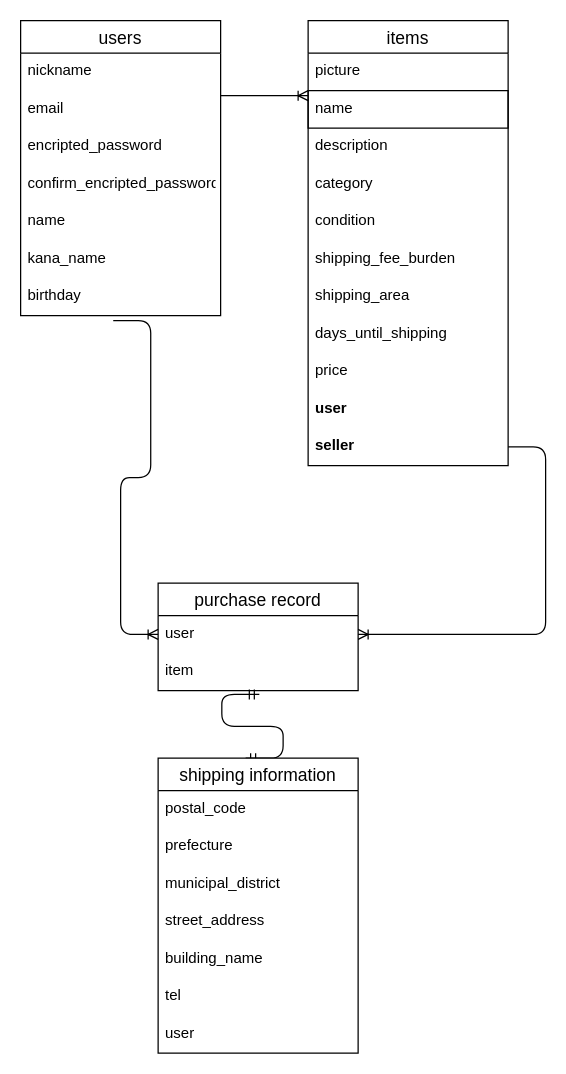
azusa-sakai/furima-39568 keeps this draw.io diagram as test.dio. Above is the earlier version. Source tidied: cells renumbered, new cells numbered last; positions are measured from the earlier drawing's top-left corner, leaving out a move shared by most shapes. Both pictures are drawn from the tidied source at 125%, with x=0, y=0 at pixel (20, 20).
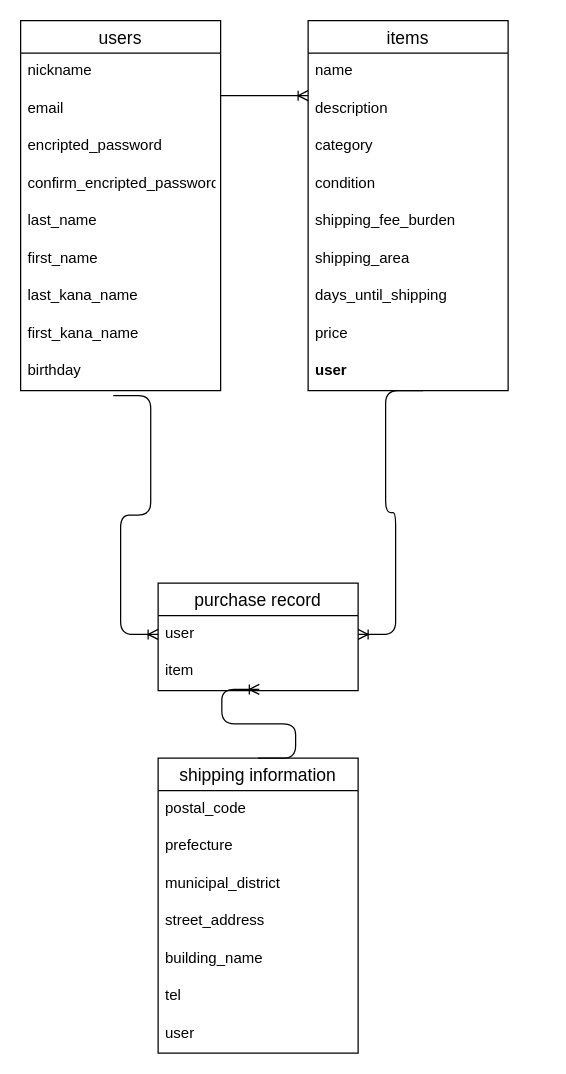
The same page after the edit.

The change refers to these unchanged cells:
```xml
<mxCell id="22" value="purchase record" style="swimlane;fontStyle=0;horizontal=1;startSize=26;align=center;fontSize=14;" parent="1" vertex="1">
  <mxGeometry x="110" y="450" width="160" height="86" as="geometry" />
</mxCell>
<mxCell id="23" value="user" style="text;strokeColor=none;fillColor=none;spacingLeft=4;spacingRight=4;overflow=hidden;points=[[0,0.5],[1,0.5]];portConstraint=eastwest;fontSize=12;" parent="22" vertex="1">
  <mxGeometry y="26" width="160" height="30" as="geometry" />
</mxCell>
<mxCell id="25" value="item" style="text;strokeColor=none;fillColor=none;spacingLeft=4;spacingRight=4;overflow=hidden;points=[[0,0.5],[1,0.5]];portConstraint=eastwest;fontSize=12;" parent="22" vertex="1">
  <mxGeometry y="56" width="160" height="30" as="geometry" />
</mxCell>
<mxCell id="26" value="shipping information" style="swimlane;fontStyle=0;horizontal=1;startSize=26;align=center;fontSize=14;" parent="1" vertex="1">
  <mxGeometry x="110" y="590" width="160" height="236" as="geometry" />
</mxCell>
```

The edit, as a diff of the source:
```diff
@@
     <mxCell id="2" value="users" style="swimlane;fontStyle=0;horizontal=1;startSize=26;align=center;fontSize=14;" parent="1" vertex="1">
-      <mxGeometry width="160" height="236" as="geometry" />
+      <mxGeometry width="160" height="296" as="geometry" />
     </mxCell>
@@
-    <mxCell id="7" value="name    " style="text;strokeColor=none;fillColor=none;spacingLeft=4;spacingRight=4;overflow=hidden;fontSize=12;" parent="2" vertex="1">
+    <mxCell id="7" value="last_name    " style="text;strokeColor=none;fillColor=none;spacingLeft=4;spacingRight=4;overflow=hidden;fontSize=12;" parent="2" vertex="1">
       <mxGeometry y="146" width="160" height="30" as="geometry" />
     </mxCell>
+    <mxCell id="37" value="first_name&#10;" style="text;strokeColor=none;fillColor=none;spacingLeft=4;spacingRight=4;overflow=hidden;fontSize=12;" parent="2" vertex="1">
+      <mxGeometry y="176" width="160" height="30" as="geometry" />
+    </mxCell>
-    <mxCell id="8" value="kana_name" style="text;strokeColor=none;fillColor=none;spacingLeft=4;spacingRight=4;overflow=hidden;fontSize=12;" parent="2" vertex="1">
-      <mxGeometry y="176" width="160" height="30" as="geometry" />
+    <mxCell id="8" value="last_kana_name" style="text;strokeColor=none;fillColor=none;spacingLeft=4;spacingRight=4;overflow=hidden;fontSize=12;" parent="2" vertex="1">
+      <mxGeometry y="206" width="160" height="30" as="geometry" />
     </mxCell>
+    <mxCell id="38" value="first_kana_name" style="text;strokeColor=none;fillColor=none;spacingLeft=4;spacingRight=4;overflow=hidden;fontSize=12;" parent="2" vertex="1">
+      <mxGeometry y="236" width="160" height="30" as="geometry" />
+    </mxCell>
     <mxCell id="9" value="birthday" style="text;strokeColor=none;fillColor=none;spacingLeft=4;spacingRight=4;overflow=hidden;points=[[0,0.5],[1,0.5]];portConstraint=eastwest;fontSize=12;" parent="2" vertex="1">
-      <mxGeometry y="206" width="160" height="30" as="geometry" />
+      <mxGeometry y="266" width="160" height="30" as="geometry" />
     </mxCell>
     <mxCell id="10" value="items" style="swimlane;fontStyle=0;horizontal=1;startSize=26;align=center;fontSize=14;" parent="1" vertex="1">
-      <mxGeometry x="230" width="160" height="356" as="geometry" />
+      <mxGeometry x="230" width="160" height="296" as="geometry" />
     </mxCell>
-    <mxCell id="11" value="picture" style="text;strokeColor=none;fillColor=none;spacingLeft=4;spacingRight=4;overflow=hidden;fontSize=12;" parent="10" vertex="1">
-      <mxGeometry y="26" width="160" height="30" as="geometry" />
-    </mxCell>
-    <mxCell id="12" value="name" style="text;strokeColor=default;fillColor=none;spacingLeft=4;spacingRight=4;overflow=hidden;fontSize=12;" parent="10" vertex="1">
-      <mxGeometry y="56" width="160" height="30" as="geometry" />
+    <mxCell id="12" value="name" style="text;strokeColor=none;fillColor=none;spacingLeft=4;spacingRight=4;overflow=hidden;fontSize=12;" parent="10" vertex="1">
+      <mxGeometry y="26" width="160" height="30" as="geometry" />
     </mxCell>
     <mxCell id="13" value="description" style="text;strokeColor=none;fillColor=none;spacingLeft=4;spacingRight=4;overflow=hidden;fontSize=12;" parent="10" vertex="1">
-      <mxGeometry y="86" width="160" height="30" as="geometry" />
+      <mxGeometry y="56" width="160" height="30" as="geometry" />
     </mxCell>
     <mxCell id="14" value="category" style="text;strokeColor=none;fillColor=none;spacingLeft=4;spacingRight=4;overflow=hidden;fontSize=12;" parent="10" vertex="1">
-      <mxGeometry y="116" width="160" height="30" as="geometry" />
+      <mxGeometry y="86" width="160" height="30" as="geometry" />
     </mxCell>
     <mxCell id="15" value="condition" style="text;strokeColor=none;fillColor=none;spacingLeft=4;spacingRight=4;overflow=hidden;fontSize=12;" parent="10" vertex="1">
-      <mxGeometry y="146" width="160" height="30" as="geometry" />
+      <mxGeometry y="116" width="160" height="30" as="geometry" />
     </mxCell>
     <mxCell id="16" value="shipping_fee_burden" style="text;strokeColor=none;fillColor=none;spacingLeft=4;spacingRight=4;overflow=hidden;fontSize=12;" parent="10" vertex="1">
-      <mxGeometry y="176" width="160" height="30" as="geometry" />
+      <mxGeometry y="146" width="160" height="30" as="geometry" />
     </mxCell>
     <mxCell id="17" value="shipping_area" style="text;strokeColor=none;fillColor=none;spacingLeft=4;spacingRight=4;overflow=hidden;fontSize=12;" parent="10" vertex="1">
-      <mxGeometry y="206" width="160" height="30" as="geometry" />
+      <mxGeometry y="176" width="160" height="30" as="geometry" />
     </mxCell>
     <mxCell id="18" value="days_until_shipping" style="text;strokeColor=none;fillColor=none;spacingLeft=4;spacingRight=4;overflow=hidden;fontSize=12;" parent="10" vertex="1">
-      <mxGeometry y="236" width="160" height="30" as="geometry" />
+      <mxGeometry y="206" width="160" height="30" as="geometry" />
     </mxCell>
     <mxCell id="19" value="price&#10;" style="text;strokeColor=none;fillColor=none;spacingLeft=4;spacingRight=4;overflow=hidden;fontSize=12;" parent="10" vertex="1">
-      <mxGeometry y="266" width="160" height="30" as="geometry" />
+      <mxGeometry y="236" width="160" height="30" as="geometry" />
     </mxCell>
     <mxCell id="20" value="user&#10;&#10;" style="text;strokeColor=none;fillColor=none;spacingLeft=4;spacingRight=4;overflow=hidden;points=[[0,0.5],[1,0.5]];portConstraint=eastwest;fontSize=12;fontStyle=1;" parent="10" vertex="1">
-      <mxGeometry y="296" width="160" height="30" as="geometry" />
+      <mxGeometry y="266" width="160" height="30" as="geometry" />
     </mxCell>
-    <mxCell id="21" value="seller" style="text;strokeColor=none;fillColor=none;spacingLeft=4;spacingRight=4;overflow=hidden;points=[[0,0.5],[1,0.5]];portConstraint=eastwest;fontSize=12;fontStyle=1;" parent="10" vertex="1">
-      <mxGeometry y="326" width="160" height="30" as="geometry" />
-    </mxCell>
@@
-    <mxCell id="24" style="edgeStyle=entityRelationEdgeStyle;fontSize=12;html=1;endArrow=ERmandOne;startArrow=ERmandOne;entryX=0.506;entryY=1.1;entryDx=0;entryDy=0;entryPerimeter=0;" parent="22" edge="1" target="25">
-      <mxGeometry relative="1" as="geometry">
-        <mxPoint x="70" y="140" as="sourcePoint" />
-      </mxGeometry>
-    </mxCell>
@@
-    <mxCell id="36" style="edgeStyle=entityRelationEdgeStyle;fontSize=12;html=1;endArrow=ERoneToMany;entryX=1;entryY=0.5;entryDx=0;entryDy=0;" parent="1" edge="1" source="21" target="23">
+    <mxCell id="36" style="edgeStyle=entityRelationEdgeStyle;fontSize=12;html=1;endArrow=ERoneToMany;entryX=1;entryY=0.5;entryDx=0;entryDy=0;exitX=0.575;exitY=1;exitDx=0;exitDy=0;exitPerimeter=0;" parent="1" edge="1" source="20" target="23">
       <mxGeometry relative="1" as="geometry" />
     </mxCell>
+    <mxCell id="39" style="edgeStyle=entityRelationEdgeStyle;fontSize=12;html=1;endArrow=ERoneToMany;entryX=0.506;entryY=0.967;entryDx=0;entryDy=0;entryPerimeter=0;exitX=0.5;exitY=0;exitDx=0;exitDy=0;" parent="1" edge="1" source="26" target="25">
+      <mxGeometry relative="1" as="geometry" />
+    </mxCell>
```
